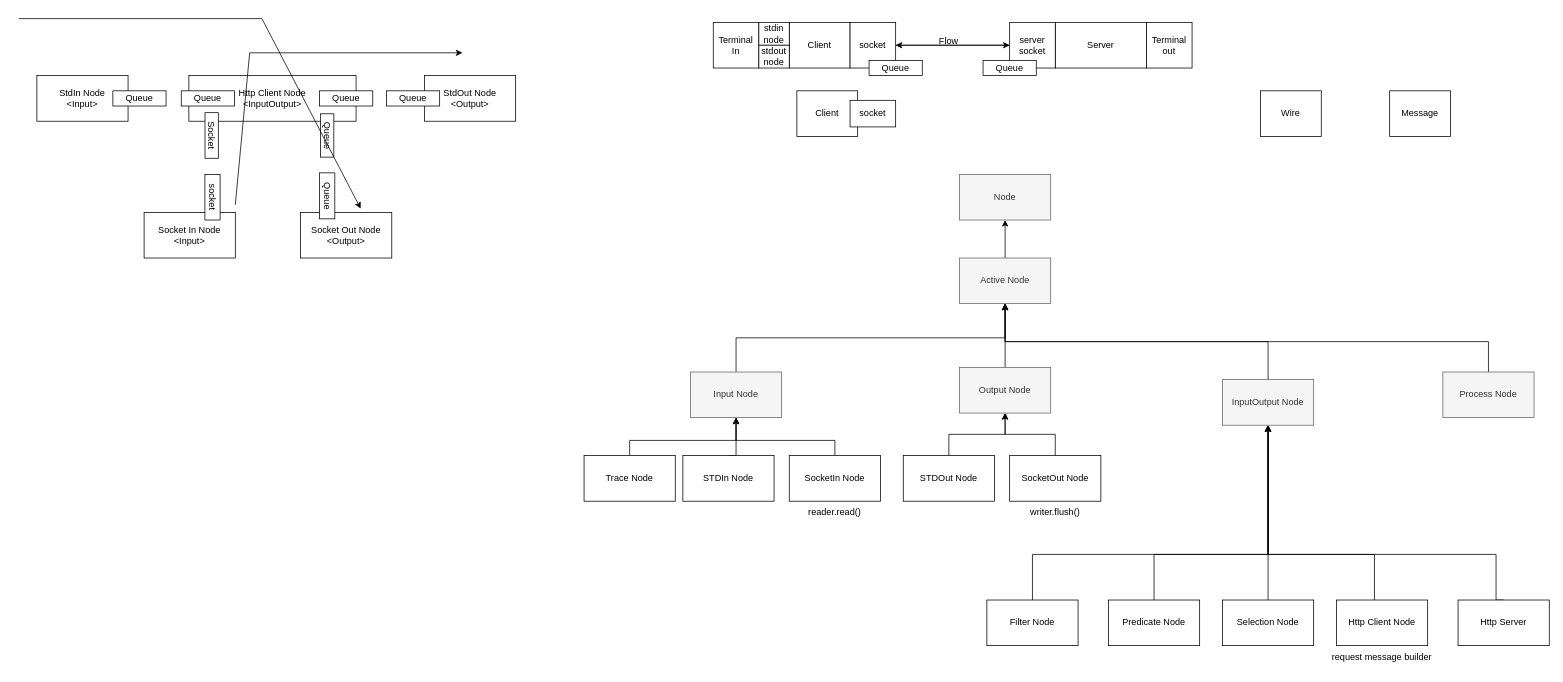
Earlier version of the draw.io diagram XFlow.drawio (codethestudent/XFlow-Team-Project). Source tidied: cells renumbered, new cells numbered last; positions are measured from the earlier drawing's top-left corner, leaving out a move shared by most shapes. Both pictures are drawn from the tidied source at 76%, with x=0, y=0 at pixel (18, 18).
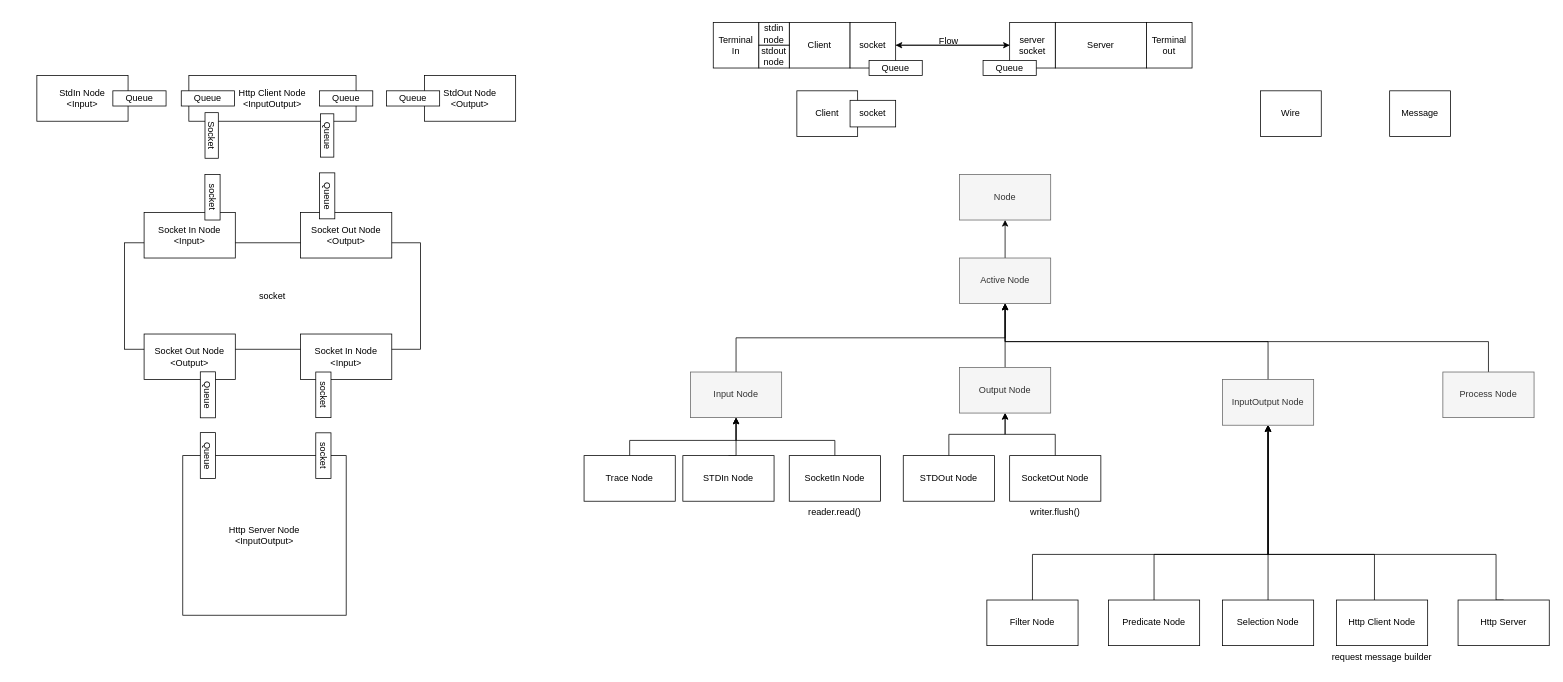
The same page after the edit.

Diff of the diagram source:
```diff
@@
+    <mxCell id="68" value="socket" style="rounded=0;whiteSpace=wrap;html=1;rotation=0;" parent="1" vertex="1">
+      <mxGeometry x="139.2" y="295" width="389.5" height="140" as="geometry" />
+    </mxCell>
@@
-    <mxCell id="66" style="endArrow=classic;html=1;rounded=0;" parent="1" edge="1">
-      <mxGeometry relative="1" as="geometry">
-        <mxPoint x="0.1" as="sourcePoint" />
-        <mxPoint x="450.1" y="250" as="targetPoint" />
-        <Array as="points">
-          <mxPoint x="320.1" />
-        </Array>
-      </mxGeometry>
-    </mxCell>
-    <mxCell id="67" style="endArrow=classic;html=1;rounded=0;" parent="1" edge="1">
-      <mxGeometry relative="1" as="geometry">
-        <mxPoint x="285.1" y="245" as="sourcePoint" />
-        <mxPoint x="584" y="45" as="targetPoint" />
-        <Array as="points">
-          <mxPoint x="304" y="45" />
-        </Array>
-      </mxGeometry>
-    </mxCell>
+    <mxCell id="69" value="Http Server Node&lt;br&gt;&amp;lt;InputOutput&amp;gt;" style="rounded=0;whiteSpace=wrap;html=1;" parent="1" vertex="1">
+      <mxGeometry x="216" y="575" width="215" height="210" as="geometry" />
+    </mxCell>
+    <mxCell id="70" value="socket" style="rounded=0;whiteSpace=wrap;html=1;rotation=90;" parent="1" vertex="1">
+      <mxGeometry x="371" y="565" width="60" height="20" as="geometry" />
+    </mxCell>
+    <mxCell id="71" value="Socket Out Node&lt;br&gt;&amp;lt;Output&amp;gt;" style="rounded=0;whiteSpace=wrap;html=1;" parent="1" vertex="1">
+      <mxGeometry x="165.1" y="415" width="120" height="60" as="geometry" />
+    </mxCell>
+    <mxCell id="72" value="Socket In Node&lt;br&gt;&amp;lt;Input&amp;gt;" style="rounded=0;whiteSpace=wrap;html=1;" parent="1" vertex="1">
+      <mxGeometry x="371" y="415" width="120" height="60" as="geometry" />
+    </mxCell>
+    <mxCell id="73" value="socket" style="rounded=0;whiteSpace=wrap;html=1;rotation=90;" parent="1" vertex="1">
+      <mxGeometry x="371" y="485" width="60" height="20" as="geometry" />
+    </mxCell>
+    <mxCell id="74" value="Queue" style="rounded=0;whiteSpace=wrap;html=1;rotation=90;" parent="1" vertex="1">
+      <mxGeometry x="218.8" y="565" width="60.5" height="20" as="geometry" />
+    </mxCell>
+    <mxCell id="75" value="Queue" style="rounded=0;whiteSpace=wrap;html=1;rotation=90;" parent="1" vertex="1">
+      <mxGeometry x="218.8" y="485" width="60.5" height="20" as="geometry" />
+    </mxCell>
```
